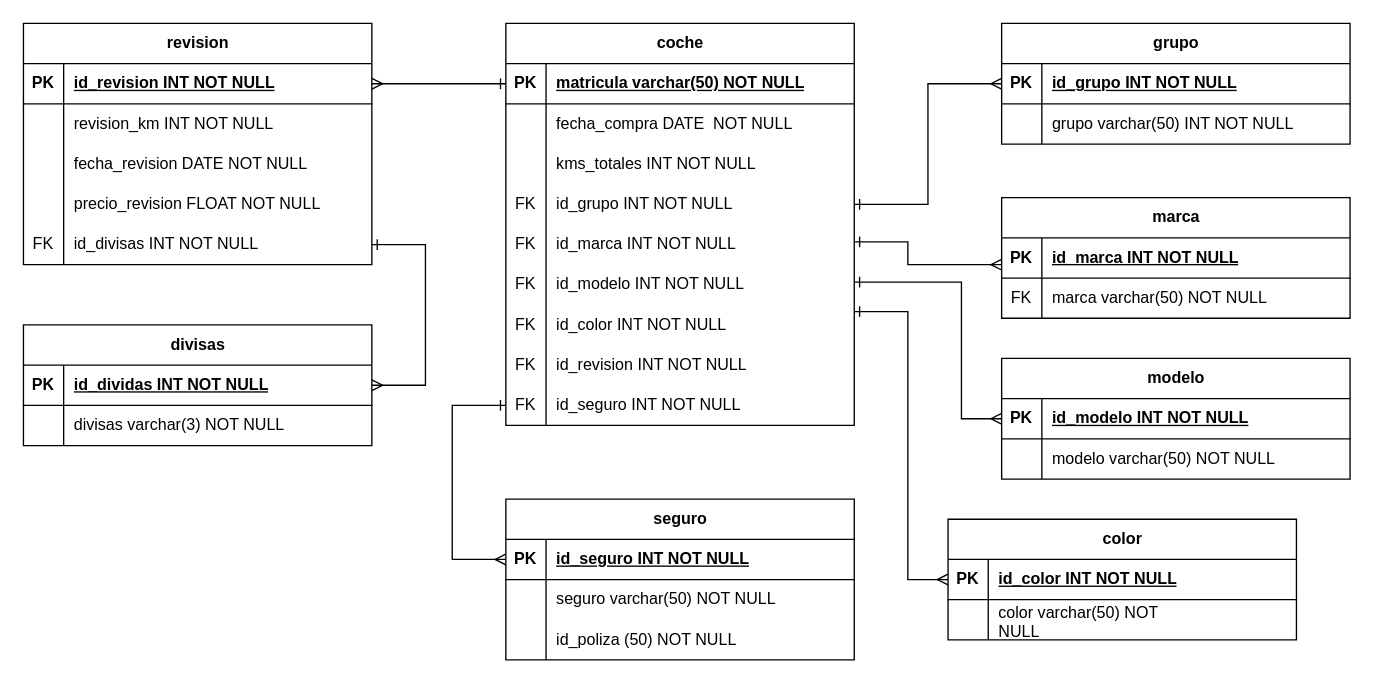
Earlier version of the draw.io diagram flota_coches.drawio (Giany74/practica_sql). Source tidied: cells renumbered, new cells numbered last; positions are measured from the earlier drawing's top-left corner, leaving out a move shared by most shapes. Both pictures are drawn from the tidied source at 134%, with x=0, y=0 at pixel (23, 23).
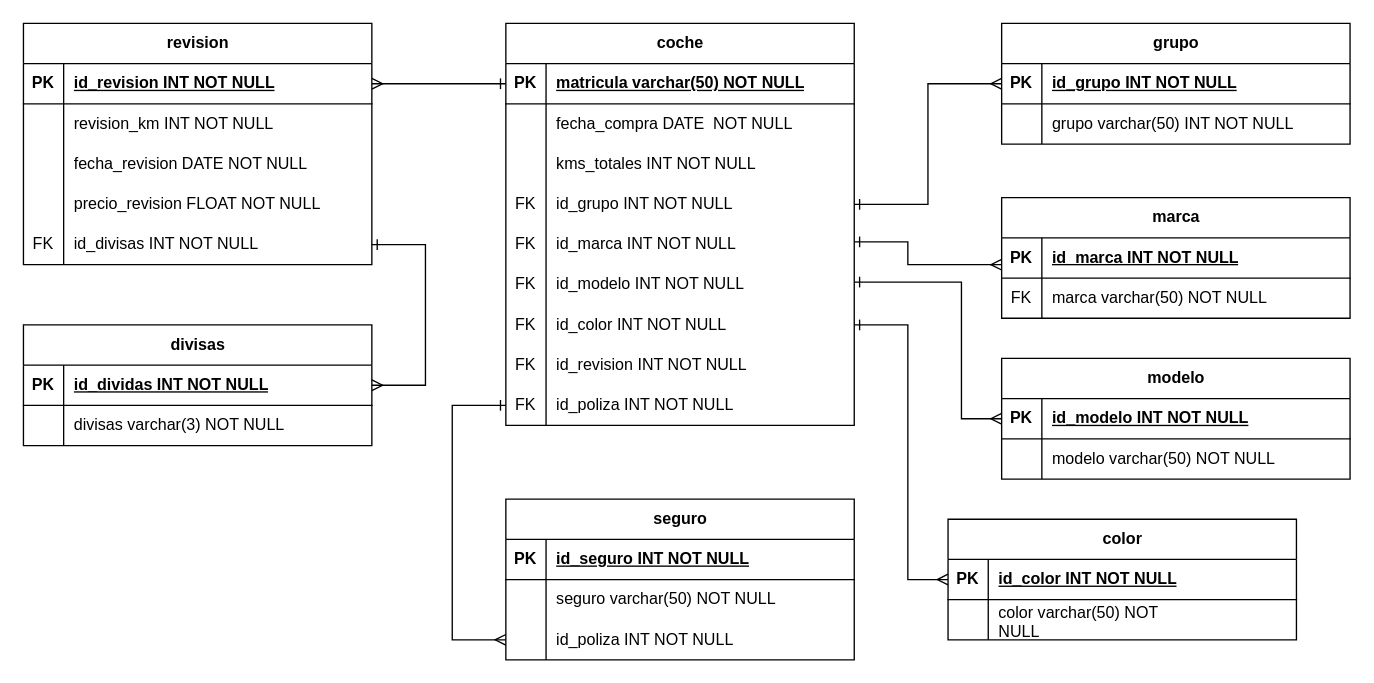
Above is the later version.

Unchanged cells that the change refers to:
```xml
<mxCell id="3" style="shape=tableRow;horizontal=0;startSize=0;swimlaneHead=0;swimlaneBody=0;fillColor=none;points=[[0,0.5],[1,0.5]];portConstraint=eastwest;top=0;left=0;right=0;bottom=1;" parent="2" vertex="1">
  <mxGeometry y="30" width="260" height="30" as="geometry" />
</mxCell>
<mxCell id="9" style="shape=tableRow;horizontal=0;startSize=0;swimlaneHead=0;swimlaneBody=0;fillColor=none;points=[[0,0.5],[1,0.5]];portConstraint=eastwest;top=0;left=0;right=0;bottom=0;" parent="2" vertex="1">
  <mxGeometry y="90" width="260" height="30" as="geometry" />
</mxCell>
<mxCell id="31" style="shape=tableRow;horizontal=0;startSize=0;swimlaneHead=0;swimlaneBody=0;fillColor=none;points=[[0,0.5],[1,0.5]];portConstraint=eastwest;top=0;left=0;right=0;bottom=0;" parent="12" vertex="1">
  <mxGeometry y="210" width="260" height="30" as="geometry" />
</mxCell>
<mxCell id="37" style="shape=tableRow;horizontal=0;startSize=0;swimlaneHead=0;swimlaneBody=0;fillColor=none;points=[[0,0.5],[1,0.5]];portConstraint=eastwest;top=0;left=0;right=0;bottom=0;" parent="12" vertex="1">
  <mxGeometry y="270" width="260" height="30" as="geometry" />
</mxCell>
<mxCell id="62" style="shape=tableRow;horizontal=0;startSize=0;swimlaneHead=0;swimlaneBody=0;fillColor=none;points=[[0,0.5],[1,0.5]];portConstraint=eastwest;top=0;left=0;right=0;bottom=1;" parent="61" vertex="1">
  <mxGeometry y="30" width="260" height="30" as="geometry" />
</mxCell>
```

The edit, as a diff of the source:
```diff
@@
-    <mxCell id="11" value="id_poliza (50) NOT NULL" style="shape=partialRectangle;fillColor=none;top=0;left=0;bottom=0;right=0;align=left;spacingLeft=6;overflow=hidden;whiteSpace=wrap;html=1;" parent="9" vertex="1">
-      <mxGeometry x="30" width="230" height="30" as="geometry" />
-    </mxCell>
+    <mxCell id="104" value="id_poliza INT NOT NULL" style="shape=partialRectangle;fillColor=none;top=0;left=0;bottom=0;right=0;align=left;spacingLeft=6;overflow=hidden;whiteSpace=wrap;html=1;" parent="9" vertex="1">
+      <mxGeometry x="30" width="230" height="30" as="geometry" />
+    </mxCell>
@@
-    <mxCell id="39" value="id_seguro INT NOT NULL" style="shape=partialRectangle;fillColor=none;top=0;left=0;bottom=0;right=0;align=left;spacingLeft=6;overflow=hidden;whiteSpace=wrap;html=1;" parent="37" vertex="1">
+    <mxCell id="39" value="id_poliza INT NOT NULL" style="shape=partialRectangle;fillColor=none;top=0;left=0;bottom=0;right=0;align=left;spacingLeft=6;overflow=hidden;whiteSpace=wrap;html=1;" parent="37" vertex="1">
       <mxGeometry x="30" width="230" height="30" as="geometry" />
     </mxCell>
@@
     <mxCell id="100" style="edgeStyle=orthogonalEdgeStyle;rounded=0;jettySize=auto;html=1;startArrow=ERone;startFill=0;endArrow=ERmany;endFill=0;" parent="1" edge="1" source="31" target="62">
       <mxGeometry relative="1" as="geometry">
         <Array as="points">
-          <mxPoint x="660" y="215" />
+          <mxPoint x="660" y="225" />
           <mxPoint x="660" y="415" />
         </Array>
       </mxGeometry>
     </mxCell>
@@
-    <mxCell id="103" style="edgeStyle=orthogonalEdgeStyle;rounded=0;jettySize=auto;html=1;entryX=0;entryY=0.5;entryDx=0;entryDy=0;startArrow=ERone;startFill=0;endArrow=ERmany;endFill=0;" parent="1" edge="1" source="37" target="3">
+    <mxCell id="103" style="edgeStyle=orthogonalEdgeStyle;rounded=0;jettySize=auto;html=1;startArrow=ERone;startFill=0;endArrow=ERmany;endFill=0;entryX=0;entryY=0.5;entryDx=0;entryDy=0;" parent="1" edge="1" source="37" target="9">
       <mxGeometry relative="1" as="geometry">
         <Array as="points">
           <mxPoint x="320" y="285" />
-          <mxPoint x="320" y="400" />
+          <mxPoint x="320" y="460" />
         </Array>
       </mxGeometry>
     </mxCell>
```
